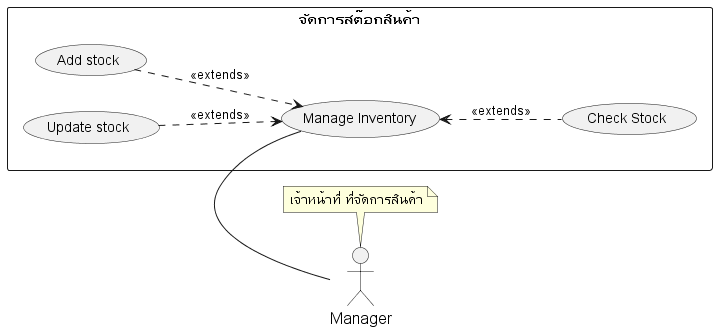
This is out/system-analysis/usecase/_1_usecase-inventory/_1_usecase-inventory.png from billowdev/inventory-system-plantuml-sequelize-seeder-example, a PlantUML export, as it was before one commit. Source of this version:
```plantuml
@startuml

skinparam sequence {
    ParticipantFontName Thai
    ParticipantFontSize 16
    ActorFontSize 16
    ActorFontName Thai
}

skinparam Participant{
    FontColor #efefef
    BorderColor #c0c0c0
}
skinparam Sequence{
    ParticipantBorderThickness .5
    LifeLineBorderColor #8a8a8a
}

left to right direction
actor Manager as actorManager
note top of actorManager : เจ้าหน้าที่ ที่จัดการสินค้า


rectangle "จัดการสต๊อกสินค้า" as stockUsecase {

    usecase (Manage Inventory) as (usecaseInventory)
    usecase (Check Stock) as (usecaseCheckStock)
    usecase (Add stock) as (usecaseAddStock)
    usecase (Update stock) as (usecaseUpdateStock)


    (usecaseInventory) - actorManager

    (usecaseAddStock) ..> (usecaseInventory) : <<extends>>

    (usecaseUpdateStock) ..> (usecaseInventory) : <<extends>>
    (usecaseInventory) <.. (usecaseCheckStock) : <<extends>>






}

@enduml
```
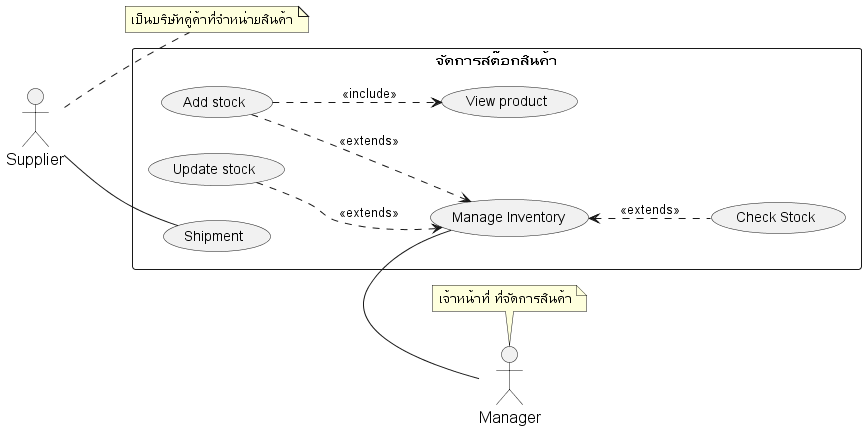
After the commit.

Commit message:
extract usecase category

Change to the diagram source:
```diff
@@ -17,25 +17,31 @@
 }
 
 left to right direction
+
 actor Manager as actorManager
 note top of actorManager : เจ้าหน้าที่ ที่จัดการสินค้า
+actor Supplier as actorSupplier
+note right of actorSupplier : เป็นบริษัทคู่ค้าที่จำหน่ายสินค้า
 
 
-rectangle "จัดการสต๊อกสินค้า" as stockUsecase {
+rectangle "จัดการสต๊อกสินค้า" as manageStock {
 
     usecase (Manage Inventory) as (usecaseInventory)
     usecase (Check Stock) as (usecaseCheckStock)
     usecase (Add stock) as (usecaseAddStock)
     usecase (Update stock) as (usecaseUpdateStock)
+    usecase (View product) as (usecaseViewProduct)
+
+    usecase (Shipment) as (usecaseShipment)
 
 
+    actorSupplier -down- (usecaseShipment)
     (usecaseInventory) - actorManager
 
     (usecaseAddStock) ..> (usecaseInventory) : <<extends>>
-
+    (usecaseAddStock) ..> (usecaseViewProduct) : <<include>>
     (usecaseUpdateStock) ..> (usecaseInventory) : <<extends>>
     (usecaseInventory) <.. (usecaseCheckStock) : <<extends>>
-
 
 
 
```
